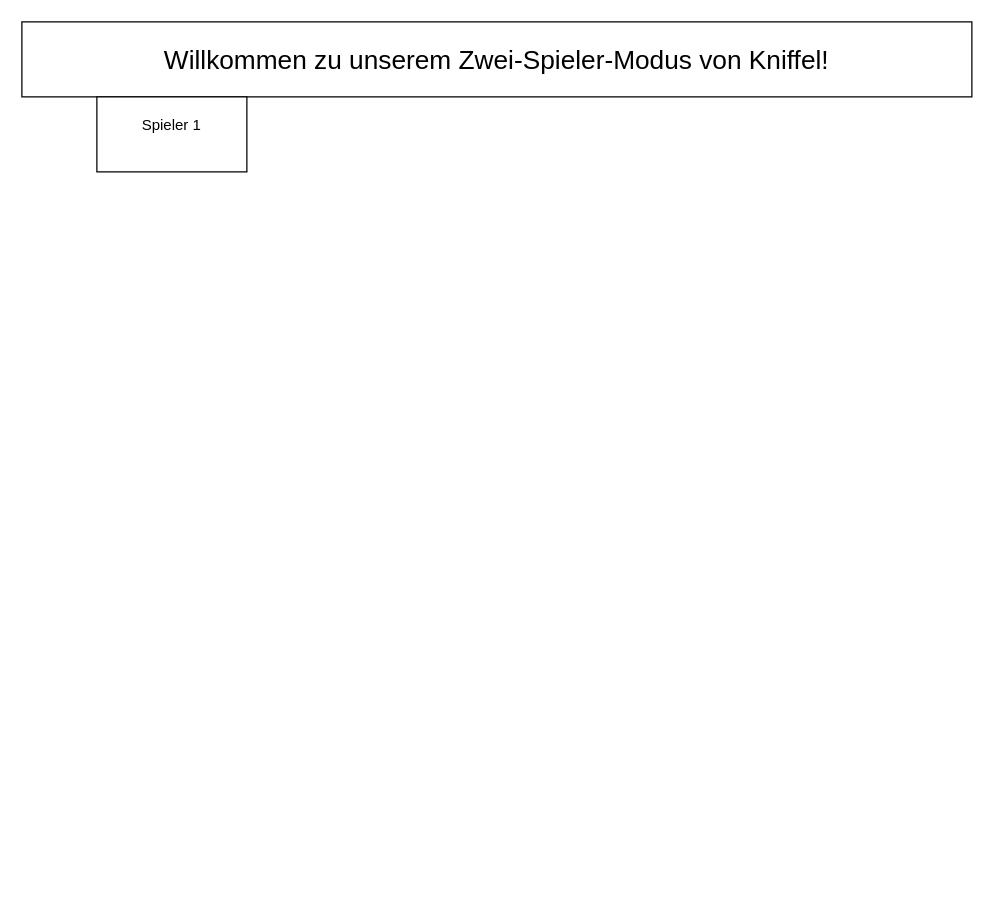
fisi-pr/kniffel_aufgabe keeps this draw.io diagram as kniffel_aufgabe.drawio. Above is the earlier version. Source tidied: cells renumbered, new cells numbered last; positions are measured from the earlier drawing's top-left corner, leaving out a move shared by most shapes. Both pictures are drawn from the tidied source at 125%, with x=0, y=0 at pixel (21, 21).
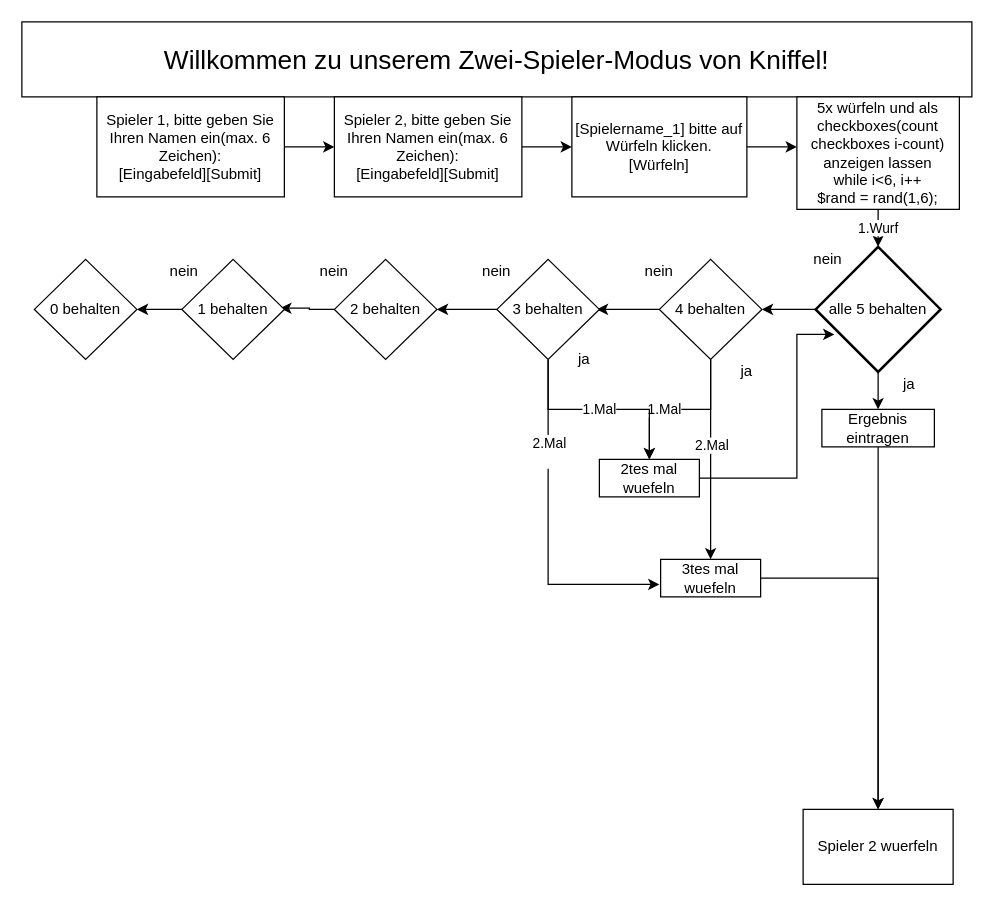
Above is the later version.

Change to the diagram source:
```diff
@@
+    <mxCell id="4" style="edgeStyle=orthogonalEdgeStyle;rounded=0;jettySize=auto;html=1;" parent="1" edge="1" source="3">
+      <mxGeometry relative="1" as="geometry">
+        <mxPoint x="250" y="100" as="targetPoint" />
+      </mxGeometry>
+    </mxCell>
-    <mxCell id="3" value="&lt;div&gt;Spieler 1&lt;/div&gt;&lt;div&gt;&lt;br&gt;&lt;/div&gt;" style="rounded=0;whiteSpace=wrap;html=1;" parent="1" vertex="1">
-      <mxGeometry x="60" y="60" width="120" height="60" as="geometry" />
+    <mxCell id="3" value="Spieler 1, bitte geben Sie Ihren Namen ein(max. 6 Zeichen):&lt;br&gt;[Eingabefeld][Submit]" style="rounded=0;whiteSpace=wrap;html=1;" parent="1" vertex="1">
+      <mxGeometry x="60" y="60" width="150" height="80" as="geometry" />
     </mxCell>
+    <mxCell id="5" style="edgeStyle=orthogonalEdgeStyle;rounded=0;jettySize=auto;html=1;" parent="1" edge="1" source="6" target="8">
+      <mxGeometry relative="1" as="geometry" />
+    </mxCell>
+    <mxCell id="6" value="Spieler 2, bitte geben Sie Ihren Namen ein(max. 6 Zeichen):&lt;br&gt;[Eingabefeld][Submit]" style="rounded=0;whiteSpace=wrap;html=1;" parent="1" vertex="1">
+      <mxGeometry x="250" y="60" width="150" height="80" as="geometry" />
+    </mxCell>
+    <mxCell id="7" style="edgeStyle=orthogonalEdgeStyle;rounded=0;jettySize=auto;html=1;" parent="1" edge="1" source="8">
+      <mxGeometry relative="1" as="geometry">
+        <mxPoint x="620" y="100" as="targetPoint" />
+      </mxGeometry>
+    </mxCell>
+    <mxCell id="8" value="[Spielername_1] bitte auf Würfeln klicken.&lt;br&gt;[Würfeln]" style="rounded=0;whiteSpace=wrap;html=1;" parent="1" vertex="1">
+      <mxGeometry x="440" y="60" width="140" height="80" as="geometry" />
+    </mxCell>
+    <mxCell id="9" value="1.Wurf" style="edgeStyle=orthogonalEdgeStyle;rounded=0;jettySize=auto;html=1;" parent="1" edge="1" source="10">
+      <mxGeometry relative="1" as="geometry">
+        <mxPoint x="685" y="180" as="targetPoint" />
+        <Array as="points">
+          <mxPoint x="685" y="150" />
+          <mxPoint x="685" y="150" />
+        </Array>
+      </mxGeometry>
+    </mxCell>
+    <mxCell id="10" value="&lt;div&gt;5x würfeln und als checkboxes(count checkboxes i-count) anzeigen lassen&lt;/div&gt;&lt;div&gt;while i&amp;lt;6, i++&lt;br&gt;&lt;/div&gt;$rand = rand(1,6);" style="rounded=0;whiteSpace=wrap;html=1;" parent="1" vertex="1">
+      <mxGeometry x="620" y="60" width="130" height="90" as="geometry" />
+    </mxCell>
+    <mxCell id="11" style="edgeStyle=orthogonalEdgeStyle;rounded=0;jettySize=auto;html=1;" parent="1" edge="1" source="13" target="23">
+      <mxGeometry relative="1" as="geometry" />
+    </mxCell>
+    <mxCell id="12" style="edgeStyle=orthogonalEdgeStyle;rounded=0;jettySize=auto;html=1;entryX=0.5;entryY=0;entryDx=0;entryDy=0;" parent="1" edge="1" source="13" target="15">
+      <mxGeometry relative="1" as="geometry" />
+    </mxCell>
+    <mxCell id="13" value="alle 5 behalten" style="strokeWidth=2;html=1;shape=mxgraph.flowchart.decision;whiteSpace=wrap;" parent="1" vertex="1">
+      <mxGeometry x="635" y="180" width="100" height="100" as="geometry" />
+    </mxCell>
+    <mxCell id="14" style="edgeStyle=orthogonalEdgeStyle;rounded=0;jettySize=auto;html=1;" parent="1" edge="1" source="15" target="24">
+      <mxGeometry relative="1" as="geometry" />
+    </mxCell>
+    <mxCell id="15" value="Ergebnis eintragen" style="rounded=0;whiteSpace=wrap;html=1;" parent="1" vertex="1">
+      <mxGeometry x="640" y="310" width="90" height="30" as="geometry" />
+    </mxCell>
+    <mxCell id="16" value="nein" style="text;html=1;strokeColor=none;fillColor=none;align=center;verticalAlign=middle;whiteSpace=wrap;rounded=0;" parent="1" vertex="1">
+      <mxGeometry x="625" y="180" width="40" height="20" as="geometry" />
+    </mxCell>
+    <mxCell id="17" value="ja" style="text;html=1;strokeColor=none;fillColor=none;align=center;verticalAlign=middle;whiteSpace=wrap;rounded=0;" parent="1" vertex="1">
+      <mxGeometry x="690" y="280" width="40" height="20" as="geometry" />
+    </mxCell>
+    <mxCell id="18" style="edgeStyle=orthogonalEdgeStyle;rounded=0;jettySize=auto;html=1;" parent="1" edge="1" source="23">
+      <mxGeometry relative="1" as="geometry">
+        <mxPoint x="460" y="230" as="targetPoint" />
+      </mxGeometry>
+    </mxCell>
+    <mxCell id="19" style="edgeStyle=orthogonalEdgeStyle;rounded=0;jettySize=auto;html=1;entryX=0.5;entryY=0;entryDx=0;entryDy=0;" parent="1" edge="1" source="23" target="42">
+      <mxGeometry relative="1" as="geometry" />
+    </mxCell>
+    <mxCell id="20" value="&lt;div&gt;1.Mal&lt;/div&gt;" style="edgeLabel;html=1;align=center;verticalAlign=middle;" parent="19" vertex="1">
+      <mxGeometry x="0.21" y="-1" relative="1" as="geometry" />
+    </mxCell>
+    <mxCell id="21" style="edgeStyle=orthogonalEdgeStyle;rounded=0;jettySize=auto;html=1;" parent="1" edge="1" source="23">
+      <mxGeometry relative="1" as="geometry">
+        <mxPoint x="551" y="430" as="targetPoint" />
+      </mxGeometry>
+    </mxCell>
+    <mxCell id="22" value="2.Mal" style="edgeLabel;html=1;align=center;verticalAlign=middle;" parent="21" vertex="1">
+      <mxGeometry x="-0.15" relative="1" as="geometry" />
+    </mxCell>
+    <mxCell id="23" value="4 behalten" style="rhombus;whiteSpace=wrap;html=1;" parent="1" vertex="1">
+      <mxGeometry x="510" y="190" width="82" height="80" as="geometry" />
+    </mxCell>
+    <mxCell id="24" value="Spieler 2 wuerfeln" style="rounded=0;whiteSpace=wrap;html=1;" parent="1" vertex="1">
+      <mxGeometry x="625" y="630" width="120" height="60" as="geometry" />
+    </mxCell>
+    <mxCell id="25" value="ja" style="text;html=1;strokeColor=none;fillColor=none;align=center;verticalAlign=middle;whiteSpace=wrap;rounded=0;" parent="1" vertex="1">
+      <mxGeometry x="560" y="270" width="40" height="20" as="geometry" />
+    </mxCell>
+    <mxCell id="26" value="nein" style="text;html=1;strokeColor=none;fillColor=none;align=center;verticalAlign=middle;whiteSpace=wrap;rounded=0;" parent="1" vertex="1">
+      <mxGeometry x="490" y="190" width="40" height="20" as="geometry" />
+    </mxCell>
+    <mxCell id="27" style="edgeStyle=orthogonalEdgeStyle;rounded=0;jettySize=auto;html=1;entryX=1;entryY=0.5;entryDx=0;entryDy=0;" parent="1" edge="1" source="31" target="33">
+      <mxGeometry relative="1" as="geometry" />
+    </mxCell>
+    <mxCell id="28" value="1.Mal" style="edgeStyle=orthogonalEdgeStyle;rounded=0;jettySize=auto;html=1;entryX=0.5;entryY=0;entryDx=0;entryDy=0;" parent="1" edge="1" source="31" target="42">
+      <mxGeometry relative="1" as="geometry" />
+    </mxCell>
+    <mxCell id="29" style="edgeStyle=orthogonalEdgeStyle;rounded=0;jettySize=auto;html=1;" parent="1" edge="1" source="31">
+      <mxGeometry relative="1" as="geometry">
+        <mxPoint x="510" y="450" as="targetPoint" />
+        <Array as="points">
+          <mxPoint x="421" y="450" />
+        </Array>
+      </mxGeometry>
+    </mxCell>
+    <mxCell id="30" value="&lt;div&gt;2.Mal&lt;/div&gt;&lt;div&gt;&lt;br&gt;&lt;/div&gt;" style="edgeLabel;html=1;align=center;verticalAlign=middle;" parent="29" vertex="1">
+      <mxGeometry x="-0.46" relative="1" as="geometry" />
+    </mxCell>
+    <mxCell id="31" value="3 behalten" style="rhombus;whiteSpace=wrap;html=1;" parent="1" vertex="1">
+      <mxGeometry x="380" y="190" width="82" height="80" as="geometry" />
+    </mxCell>
+    <mxCell id="32" style="edgeStyle=orthogonalEdgeStyle;rounded=0;jettySize=auto;html=1;entryX=0.96;entryY=0.488;entryDx=0;entryDy=0;entryPerimeter=0;" parent="1" edge="1" source="33" target="35">
+      <mxGeometry relative="1" as="geometry">
+        <Array as="points">
+          <mxPoint x="230" y="230" />
+          <mxPoint x="230" y="229" />
+        </Array>
+      </mxGeometry>
+    </mxCell>
+    <mxCell id="33" value="2 behalten" style="rhombus;whiteSpace=wrap;html=1;" parent="1" vertex="1">
+      <mxGeometry x="250" y="190" width="82" height="80" as="geometry" />
+    </mxCell>
+    <mxCell id="34" style="edgeStyle=orthogonalEdgeStyle;rounded=0;jettySize=auto;html=1;entryX=1;entryY=0.5;entryDx=0;entryDy=0;" parent="1" edge="1" source="35" target="36">
+      <mxGeometry relative="1" as="geometry" />
+    </mxCell>
+    <mxCell id="35" value="1 behalten" style="rhombus;whiteSpace=wrap;html=1;" parent="1" vertex="1">
+      <mxGeometry x="128" y="190" width="82" height="80" as="geometry" />
+    </mxCell>
+    <mxCell id="36" value="0 behalten" style="rhombus;whiteSpace=wrap;html=1;" parent="1" vertex="1">
+      <mxGeometry x="10" y="190" width="82" height="80" as="geometry" />
+    </mxCell>
+    <mxCell id="37" value="ja" style="text;html=1;strokeColor=none;fillColor=none;align=center;verticalAlign=middle;whiteSpace=wrap;rounded=0;" parent="1" vertex="1">
+      <mxGeometry x="430" y="260" width="40" height="20" as="geometry" />
+    </mxCell>
+    <mxCell id="38" value="nein" style="text;html=1;strokeColor=none;fillColor=none;align=center;verticalAlign=middle;whiteSpace=wrap;rounded=0;" parent="1" vertex="1">
+      <mxGeometry x="360" y="190" width="40" height="20" as="geometry" />
+    </mxCell>
+    <mxCell id="39" value="nein" style="text;html=1;strokeColor=none;fillColor=none;align=center;verticalAlign=middle;whiteSpace=wrap;rounded=0;" parent="1" vertex="1">
+      <mxGeometry x="230" y="190" width="40" height="20" as="geometry" />
+    </mxCell>
+    <mxCell id="40" value="nein" style="text;html=1;strokeColor=none;fillColor=none;align=center;verticalAlign=middle;whiteSpace=wrap;rounded=0;" parent="1" vertex="1">
+      <mxGeometry x="110" y="190" width="40" height="20" as="geometry" />
+    </mxCell>
+    <mxCell id="41" style="edgeStyle=orthogonalEdgeStyle;rounded=0;jettySize=auto;html=1;entryX=0.15;entryY=0.7;entryDx=0;entryDy=0;entryPerimeter=0;" parent="1" edge="1" source="42" target="13">
+      <mxGeometry relative="1" as="geometry">
+        <Array as="points">
+          <mxPoint x="620" y="365" />
+          <mxPoint x="620" y="250" />
+        </Array>
+      </mxGeometry>
+    </mxCell>
+    <mxCell id="42" value="2tes mal wuefeln" style="rounded=0;whiteSpace=wrap;html=1;" parent="1" vertex="1">
+      <mxGeometry x="462" y="350" width="80" height="30" as="geometry" />
+    </mxCell>
+    <mxCell id="43" style="edgeStyle=orthogonalEdgeStyle;rounded=0;jettySize=auto;html=1;entryX=0.5;entryY=0;entryDx=0;entryDy=0;" parent="1" edge="1" source="44" target="24">
+      <mxGeometry relative="1" as="geometry" />
+    </mxCell>
+    <mxCell id="44" value="3tes mal wuefeln" style="rounded=0;whiteSpace=wrap;html=1;" parent="1" vertex="1">
+      <mxGeometry x="511" y="430" width="80" height="30" as="geometry" />
+    </mxCell>
```
